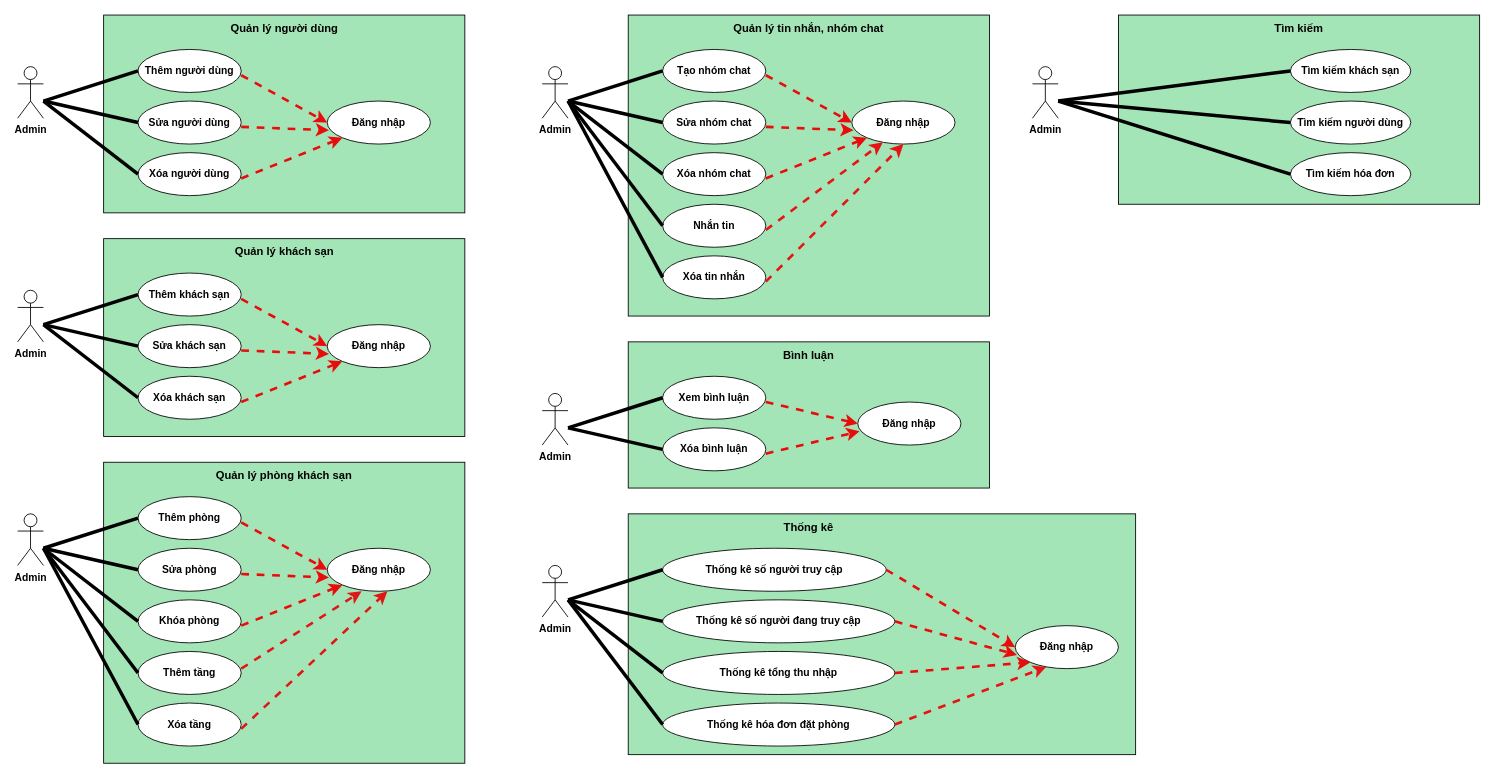
Before: page "Admin" (2 of 5) of Bai_Bao_Cao/Biểu đồ/UseCase.drawio in maivanlong74/Hotell-Jade-Dragon, a draw.io diagram. Source tidied: cells renumbered, new cells numbered last; positions are measured from the earlier drawing's top-left corner, leaving out a move shared by most shapes. Both pictures are drawn from the tidied source at 86%, with x=0, y=0 at pixel (17, 15).
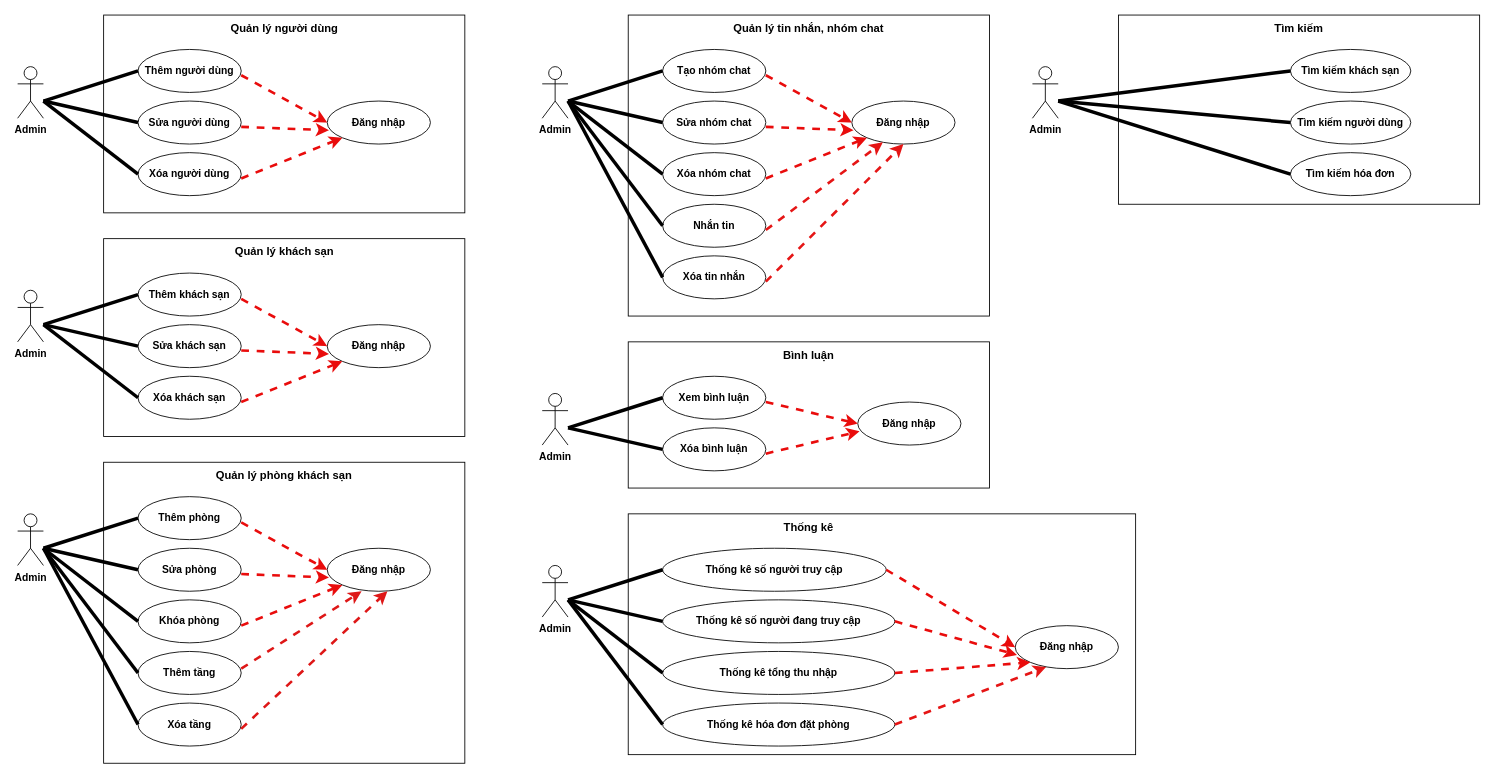
After the change.

Diff of the diagram source:
```diff
@@
-    <mxCell id="2" style="rounded=0;whiteSpace=wrap;html=1;fillColor=#A4E5B7;" parent="1" vertex="1">
+    <mxCell id="2" style="rounded=0;whiteSpace=wrap;html=1;" parent="1" vertex="1">
       <mxGeometry x="100" width="420" height="230" as="geometry" />
     </mxCell>
@@
-    <mxCell id="16" style="rounded=0;whiteSpace=wrap;html=1;fillColor=#A4E5B7;" parent="1" vertex="1">
+    <mxCell id="16" style="rounded=0;whiteSpace=wrap;html=1;" parent="1" vertex="1">
       <mxGeometry x="100" y="260" width="420" height="230" as="geometry" />
     </mxCell>
@@
-    <mxCell id="30" style="rounded=0;whiteSpace=wrap;html=1;fillColor=#A4E5B7;" parent="1" vertex="1">
+    <mxCell id="30" style="rounded=0;whiteSpace=wrap;html=1;" parent="1" vertex="1">
       <mxGeometry x="100" y="520" width="420" height="350" as="geometry" />
     </mxCell>
@@
-    <mxCell id="50" style="rounded=0;whiteSpace=wrap;html=1;fillColor=#A4E5B7;" parent="1" vertex="1">
+    <mxCell id="50" style="rounded=0;whiteSpace=wrap;html=1;" parent="1" vertex="1">
       <mxGeometry x="710" width="420" height="350" as="geometry" />
     </mxCell>
@@
-    <mxCell id="70" style="rounded=0;whiteSpace=wrap;html=1;fillColor=#A4E5B7;" parent="1" vertex="1">
+    <mxCell id="70" style="rounded=0;whiteSpace=wrap;html=1;" parent="1" vertex="1">
       <mxGeometry x="710" y="380" width="420" height="170" as="geometry" />
     </mxCell>
@@
-    <mxCell id="81" style="rounded=0;whiteSpace=wrap;html=1;fillColor=#A4E5B7;" parent="1" vertex="1">
+    <mxCell id="81" style="rounded=0;whiteSpace=wrap;html=1;" parent="1" vertex="1">
       <mxGeometry x="710" y="580" width="590" height="280" as="geometry" />
     </mxCell>
@@
-    <mxCell id="98" style="rounded=0;whiteSpace=wrap;html=1;fillColor=#A4E5B7;" parent="1" vertex="1">
+    <mxCell id="98" style="rounded=0;whiteSpace=wrap;html=1;" parent="1" vertex="1">
       <mxGeometry x="1280" width="420" height="220" as="geometry" />
     </mxCell>
```
